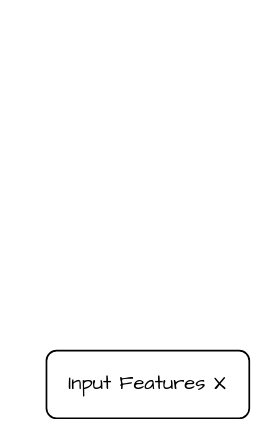
Earlier version of the draw.io diagram QCPX满减券.drawio (LukeHe/Test). Source tidied: cells renumbered, new cells numbered last; positions are measured from the earlier drawing's top-left corner, leaving out a move shared by most shapes. Both pictures are drawn from the tidied source at 169%, with x=0, y=0 at pixel (46, 350).
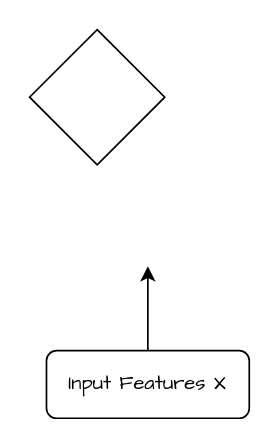
After the change.

Commit message (it also covers changes not shown here):
更新QCPX满减券.drawio

What changed in the source:
```diff
@@
 <mxGraphModel>
   <root>
     <mxCell id="0" />
     <mxCell id="1" parent="0" />
     <mxCell id="2" value="Input Features X" style="rounded=1;whiteSpace=wrap;html=1;fontFamily=Comic Sans MS;" parent="1" vertex="1">
       <mxGeometry width="120" height="40" as="geometry" />
     </mxCell>
+    <mxCell id="3" style="endArrow=classic;html=1;rounded=0;exitX=0.5;exitY=0;exitDx=0;exitDy=0;" parent="1" edge="1" source="2">
+      <mxGeometry relative="1" as="geometry">
+        <mxPoint x="60" y="-50" as="targetPoint" />
+      </mxGeometry>
+    </mxCell>
+    <mxCell id="4" style="rhombus;whiteSpace=wrap;html=1;" parent="1" vertex="1">
+      <mxGeometry x="-10" y="-190" width="80" height="80" as="geometry" />
+    </mxCell>
   </root>
 </mxGraphModel>
```
